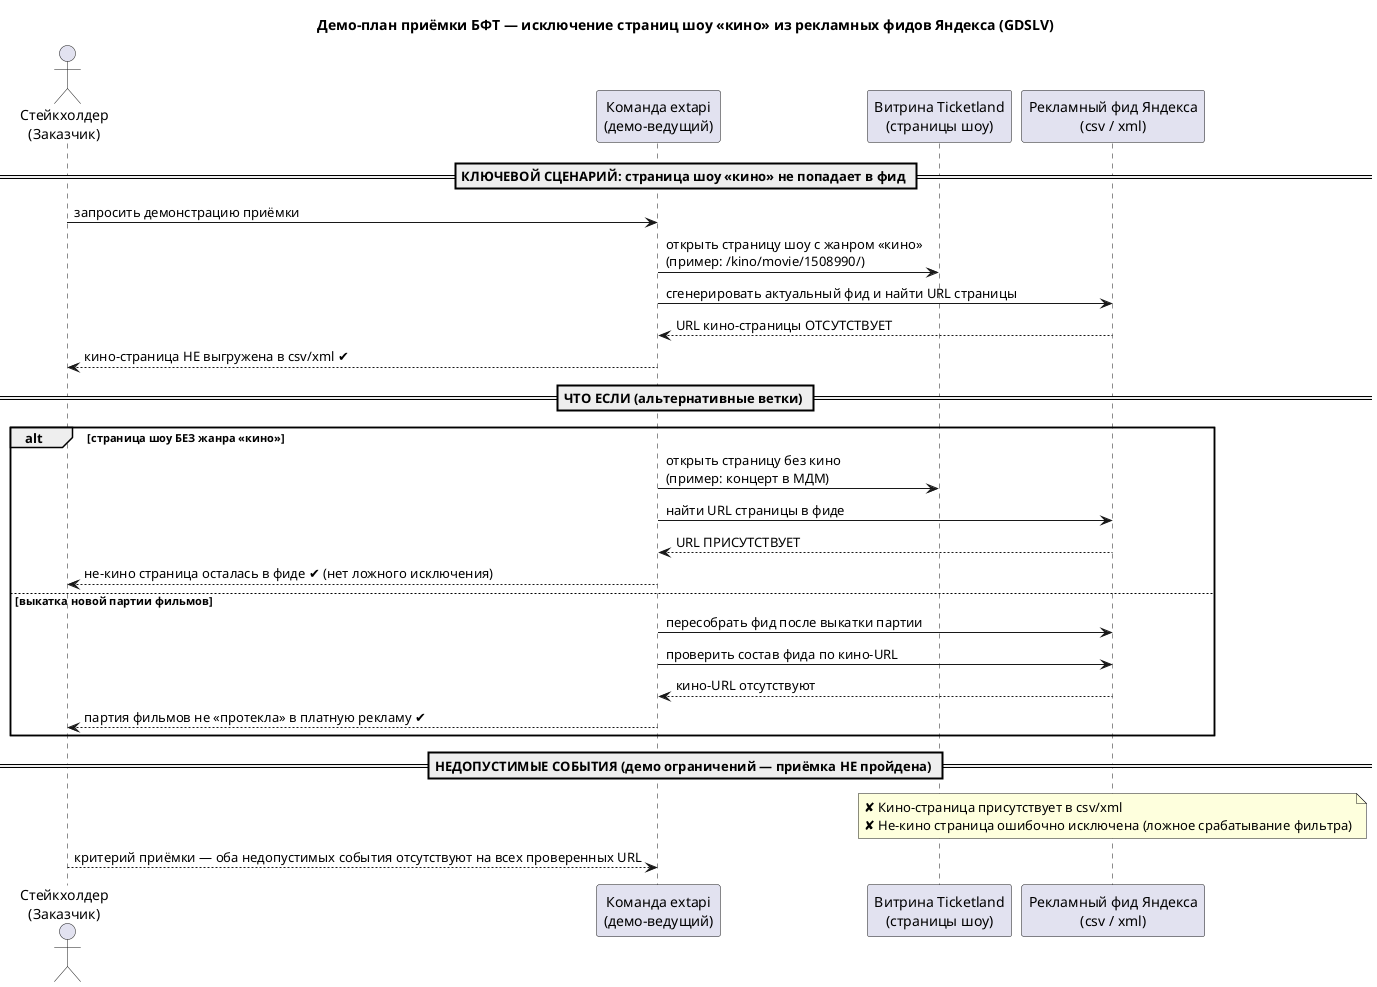
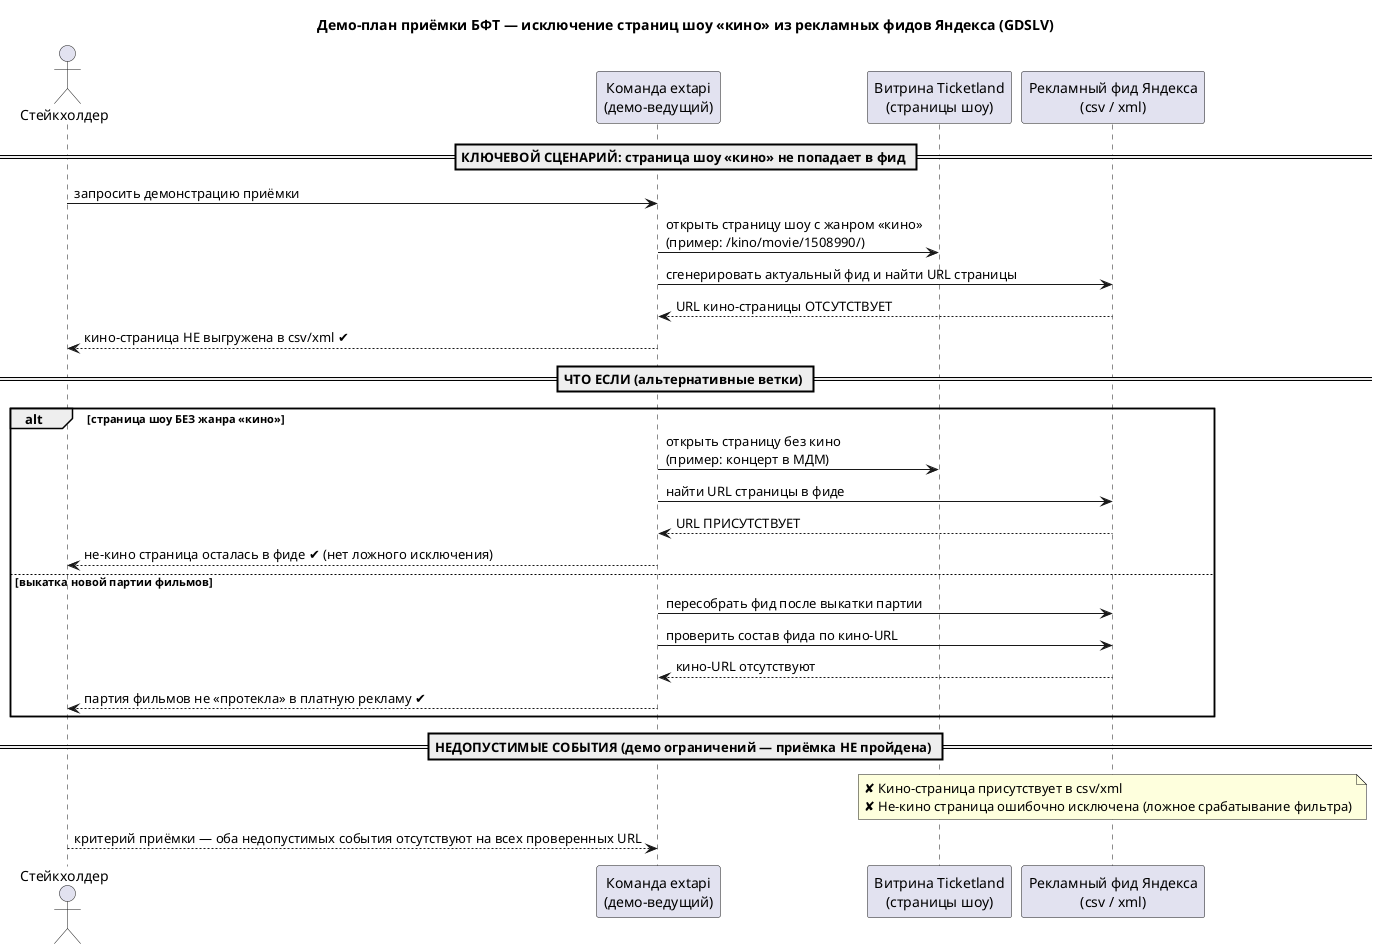
@startuml
title Демо-план приёмки БФТ — исключение страниц шоу «кино» из рекламных фидов Яндекса (GDSLV)

- actor "Стейкхолдер\n(Заказчик)" as SH
+ actor "Стейкхолдер" as SH
participant "Команда extapi\n(демо-ведущий)" as TEAM
participant "Витрина Ticketland\n(страницы шоу)" as SITE
participant "Рекламный фид Яндекса\n(csv / xml)" as FEED

== КЛЮЧЕВОЙ СЦЕНАРИЙ: страница шоу «кино» не попадает в фид ==
SH  ->  TEAM : запросить демонстрацию приёмки
TEAM -> SITE : открыть страницу шоу с жанром «кино»\n(пример: /kino/movie/1508990/)
TEAM -> FEED : сгенерировать актуальный фид и найти URL страницы
FEED --> TEAM : URL кино-страницы ОТСУТСТВУЕТ
TEAM --> SH  : кино-страница НЕ выгружена в csv/xml ✔

== ЧТО ЕСЛИ (альтернативные ветки) ==
alt страница шоу БЕЗ жанра «кино»
  TEAM -> SITE : открыть страницу без кино\n(пример: концерт в МДМ)
  TEAM -> FEED : найти URL страницы в фиде
  FEED --> TEAM : URL ПРИСУТСТВУЕТ
  TEAM --> SH  : не-кино страница осталась в фиде ✔ (нет ложного исключения)
else выкатка новой партии фильмов
  TEAM -> FEED : пересобрать фид после выкатки партии
  TEAM -> FEED : проверить состав фида по кино-URL
  FEED --> TEAM : кино-URL отсутствуют
  TEAM --> SH  : партия фильмов не «протекла» в платную рекламу ✔
end

== НЕДОПУСТИМЫЕ СОБЫТИЯ (демо ограничений — приёмка НЕ пройдена) ==
note over FEED
  ✘ Кино-страница присутствует в csv/xml
  ✘ Не-кино страница ошибочно исключена (ложное срабатывание фильтра)
end note
SH  --> TEAM : критерий приёмки — оба недопустимых события отсутствуют на всех проверенных URL

@enduml
